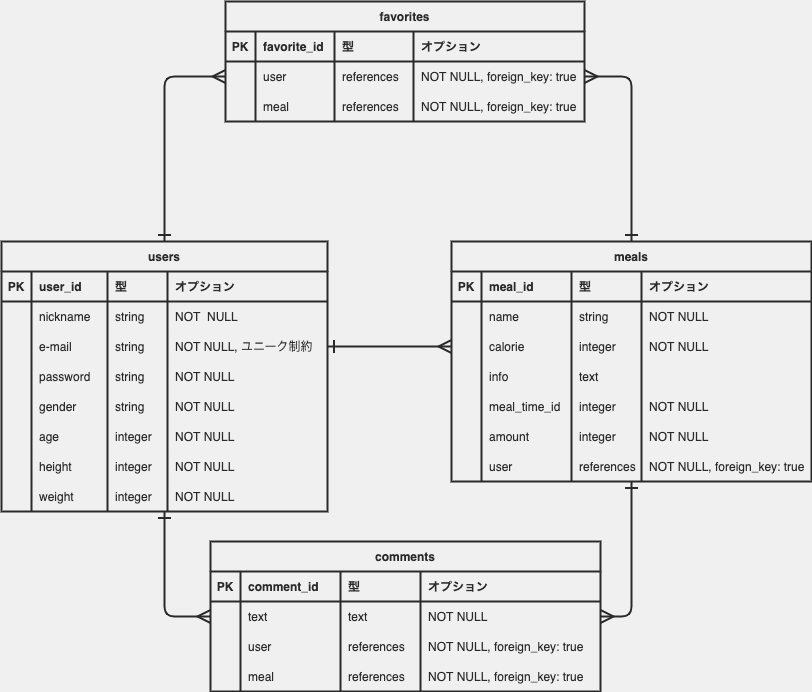
Before: app/assets/images/meal_management_app_ER図.png, a diagram exported from draw.io (aktmmiri/meal_management_app). Source tidied: cells renumbered, new cells last; positions are measured from the earlier drawing's top-left corner, leaving out a move shared by most shapes.
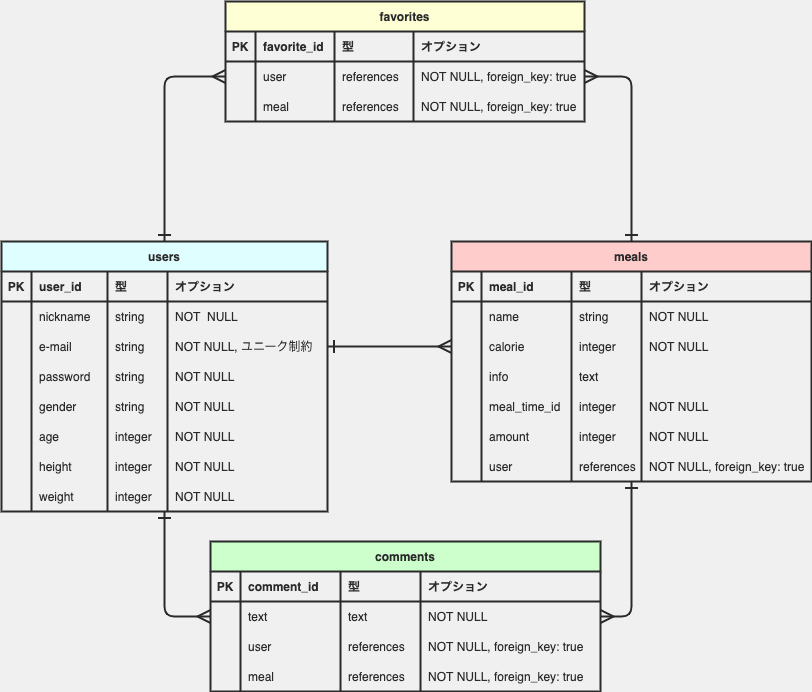
The same file after the commit.

Diff of the diagram source:
```diff
@@ -2,7 +2,7 @@
   <root>
     <mxCell id="0" />
     <mxCell id="1" parent="0" />
-    <mxCell id="2" value="users" style="shape=table;startSize=30;rowLines=0;fontStyle=1;align=center;labelBorderColor=none;fontColor=#2A2A2A;fillColor=none;strokeColor=#2A2A2A;strokeWidth=2;" parent="1" vertex="1">
+    <mxCell id="2" value="users" style="shape=table;startSize=30;rowLines=0;fontStyle=1;align=center;labelBorderColor=none;fontColor=#2A2A2A;strokeColor=#2A2A2A;strokeWidth=2;fillColor=#DEFEFF;" parent="1" vertex="1">
       <mxGeometry y="240" width="326" height="270" as="geometry" />
     </mxCell>
     <mxCell id="3" style="shape=partialRectangle;top=0;left=0;bottom=1;right=0;labelBorderColor=none;fontColor=#2A2A2A;fillColor=none;strokeColor=#2A2A2A;strokeWidth=2;" parent="2" vertex="1">
@@ -125,7 +125,7 @@
     <mxCell id="42" value="NOT NULL" style="shape=partialRectangle;top=0;left=0;bottom=0;right=0;align=left;spacingLeft=6;overflow=hidden;labelBorderColor=none;fontColor=#2A2A2A;fillColor=none;strokeColor=#2A2A2A;strokeWidth=2;" parent="38" vertex="1">
       <mxGeometry x="166" width="160" height="30" as="geometry" />
     </mxCell>
-    <mxCell id="43" value="meals" style="shape=table;startSize=30;rowLines=0;fontStyle=1;align=center;fontColor=#2A2A2A;fillColor=none;strokeColor=#2A2A2A;strokeWidth=2;" parent="1" vertex="1">
+    <mxCell id="43" value="meals" style="shape=table;startSize=30;rowLines=0;fontStyle=1;align=center;fontColor=#2A2A2A;strokeColor=#2A2A2A;strokeWidth=2;fillColor=#FFCCCC;" parent="1" vertex="1">
       <mxGeometry x="450" y="240" width="360" height="240" as="geometry" />
     </mxCell>
     <mxCell id="44" style="shape=partialRectangle;top=0;left=0;bottom=1;right=0;fontColor=#2A2A2A;fillColor=none;strokeColor=#2A2A2A;strokeWidth=2;" parent="43" vertex="1">
@@ -233,7 +233,7 @@
     <mxCell id="78" value="NOT NULL, foreign_key: true" style="shape=partialRectangle;top=0;left=0;bottom=0;right=0;align=left;spacingLeft=6;overflow=hidden;fontColor=#2A2A2A;fillColor=none;strokeColor=#2A2A2A;strokeWidth=2;" parent="74" vertex="1">
       <mxGeometry x="190" width="170" height="30" as="geometry" />
     </mxCell>
-    <mxCell id="79" value="comments" style="shape=table;startSize=30;rowLines=0;fontStyle=1;align=center;fontColor=#2A2A2A;fillColor=none;strokeColor=#2A2A2A;strokeWidth=2;" parent="1" vertex="1">
+    <mxCell id="79" value="comments" style="shape=table;startSize=30;rowLines=0;fontStyle=1;align=center;fontColor=#2A2A2A;strokeColor=#2A2A2A;strokeWidth=2;fillColor=#CCFFCC;" parent="1" vertex="1">
       <mxGeometry x="209" y="540" width="390" height="150" as="geometry" />
     </mxCell>
     <mxCell id="80" style="shape=partialRectangle;top=0;left=0;bottom=1;right=0;fontColor=#2A2A2A;fillColor=none;strokeColor=#2A2A2A;strokeWidth=2;" parent="79" vertex="1">
@@ -296,7 +296,7 @@
     <mxCell id="99" value="NOT NULL, foreign_key: true" style="shape=partialRectangle;top=0;left=0;bottom=0;right=0;align=left;spacingLeft=6;overflow=hidden;fontColor=#2A2A2A;fillColor=none;strokeColor=#2A2A2A;strokeWidth=2;" parent="95" vertex="1">
       <mxGeometry x="210" width="180" height="30" as="geometry" />
     </mxCell>
-    <mxCell id="100" value="favorites" style="shape=table;startSize=30;rowLines=0;fontStyle=1;align=center;strokeWidth=2;perimeterSpacing=0;fillColor=none;fontColor=#2A2A2A;strokeColor=#2A2A2A;" parent="1" vertex="1">
+    <mxCell id="100" value="favorites" style="shape=table;startSize=30;rowLines=0;fontStyle=1;align=center;strokeWidth=2;perimeterSpacing=0;fontColor=#2A2A2A;strokeColor=#2A2A2A;fillColor=#FEFFD4;" parent="1" vertex="1">
       <mxGeometry x="224" width="359" height="120" as="geometry" />
     </mxCell>
     <mxCell id="101" style="shape=partialRectangle;top=0;left=0;bottom=1;right=0;strokeWidth=2;perimeterSpacing=0;fillColor=none;fontColor=#2A2A2A;strokeColor=#2A2A2A;" parent="100" vertex="1">
```
